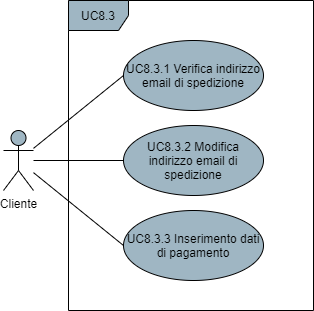
This is DocumentazioneEsterna/AnalisiDeiRequisiti/res/UseCase/Immagini/InserimentoDatiAcquisto.png from Omicron-Team/Documentazione, a draw.io export, as it was before one commit. Source tidied: cells renumbered, new cells last; positions are measured from the earlier drawing's top-left corner, leaving out a move shared by most shapes.
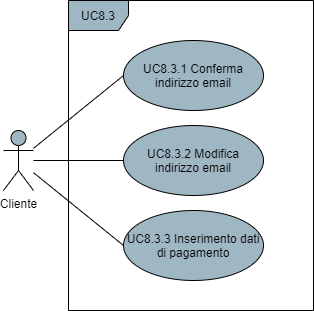
The same diagram one commit later.

Diff of the diagram source:
```diff
@@ -14,13 +14,13 @@
     <mxCell id="5" value="UC8.3" style="shape=umlFrame;whiteSpace=wrap;html=1;fillColor=#9FB6C3;" parent="1" vertex="1">
       <mxGeometry x="65" width="245" height="310" as="geometry" />
     </mxCell>
-    <mxCell id="6" value="UC8.3.2 Modifica indirizzo email di spedizione" style="ellipse;whiteSpace=wrap;html=1;fillColor=#9FB6C3;" parent="1" vertex="1">
+    <mxCell id="6" value="UC8.3.2 Modifica indirizzo email" style="ellipse;whiteSpace=wrap;html=1;fillColor=#9FB6C3;" parent="1" vertex="1">
       <mxGeometry x="120" y="125" width="140" height="70" as="geometry" />
     </mxCell>
     <mxCell id="7" value="UC8.3.3 Inserimento dati di pagamento" style="ellipse;whiteSpace=wrap;html=1;fillColor=#9FB6C3;" parent="1" vertex="1">
       <mxGeometry x="120" y="210" width="140" height="70" as="geometry" />
     </mxCell>
-    <mxCell id="8" value="UC8.3.1 Verifica indirizzo email di spedizione" style="ellipse;whiteSpace=wrap;html=1;fillColor=#9FB6C3;" parent="1" vertex="1">
+    <mxCell id="8" value="UC8.3.1 Conferma indirizzo email" style="ellipse;whiteSpace=wrap;html=1;fillColor=#9FB6C3;" parent="1" vertex="1">
       <mxGeometry x="120" y="40" width="140" height="70" as="geometry" />
     </mxCell>
     <mxCell id="9" style="edgeStyle=none;rounded=0;jettySize=auto;html=1;entryX=0;entryY=0.5;entryDx=0;entryDy=0;endArrow=none;endFill=0;endSize=10;" parent="1" edge="1" source="4" target="8">
```
